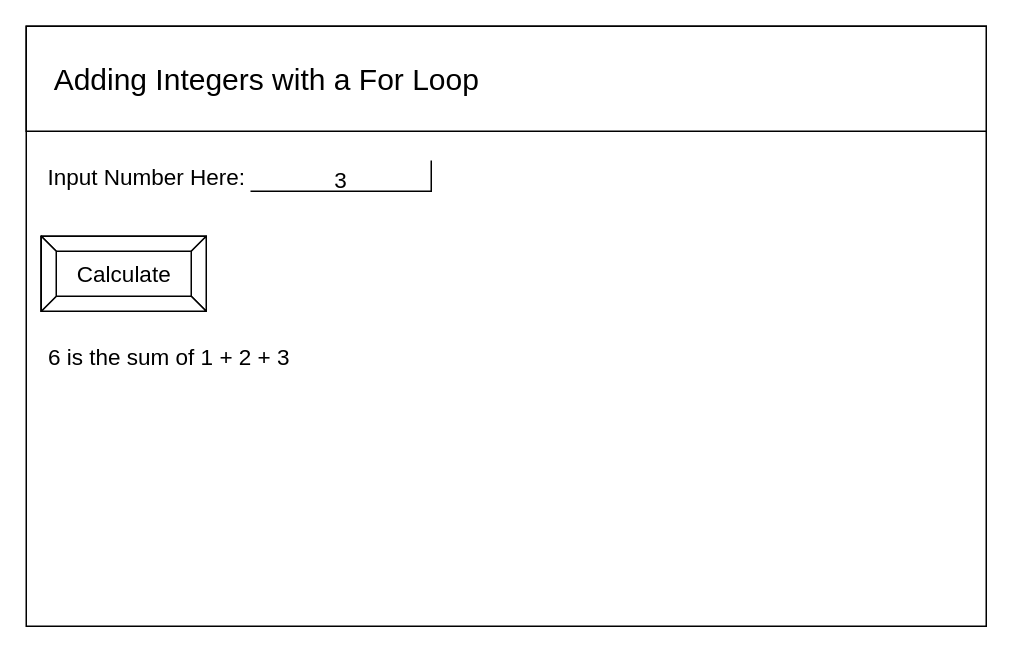
Before: design/storyboard.drawio in Brayden-Blank/ICS2O-Unit-5-07-HTML, a draw.io diagram. Source tidied: cells renumbered, new cells numbered last; positions are measured from the earlier drawing's top-left corner, leaving out a move shared by most shapes. Both pictures are drawn from the tidied source at 150%, with x=0, y=0 at pixel (26, 26).
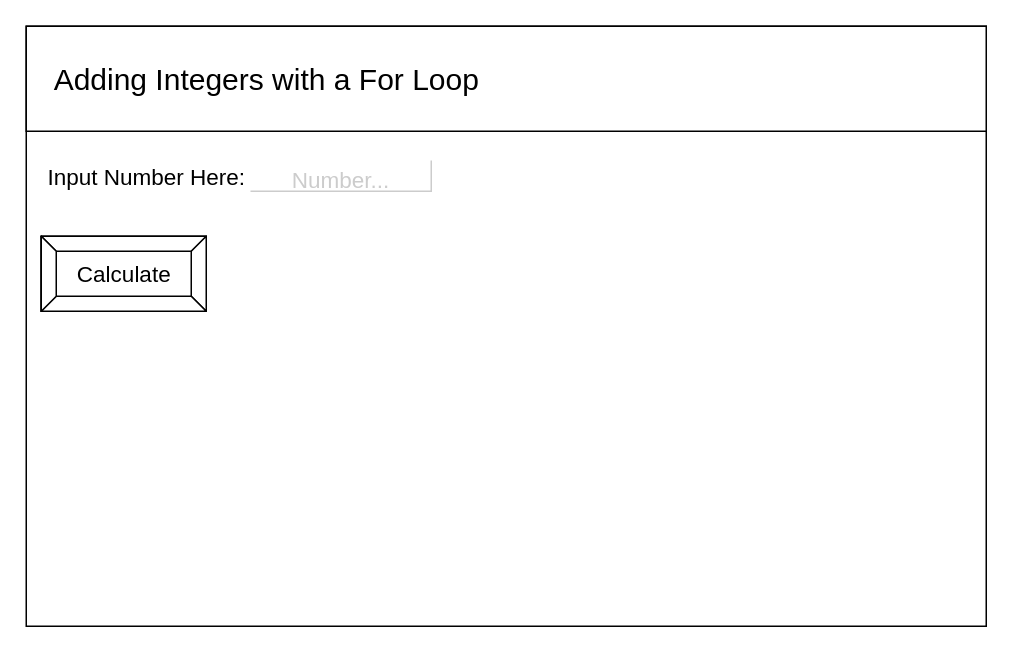
After the change.

Change to the diagram source:
```diff
@@
 <mxGraphModel>
   <root>
     <mxCell id="0" />
     <mxCell id="1" parent="0" />
     <mxCell id="2" style="verticalLabelPosition=bottom;verticalAlign=top;html=1;shape=mxgraph.basic.rect;fillColor2=none;strokeWidth=1;size=20;indent=5;" parent="1" vertex="1">
       <mxGeometry width="640" height="400" as="geometry" />
     </mxCell>
     <mxCell id="3" style="verticalLabelPosition=bottom;verticalAlign=top;html=1;shape=mxgraph.basic.rect;fillColor2=none;strokeWidth=1;size=20;indent=5;" parent="1" vertex="1">
       <mxGeometry width="640" height="70" as="geometry" />
     </mxCell>
-    <mxCell id="4" value="&lt;font style=&quot;font-size: 15px&quot;&gt;3&lt;/font&gt;" style="shape=partialRectangle;whiteSpace=wrap;html=1;top=0;left=0;fillColor=none;fontSize=20;" parent="1" vertex="1">
+    <mxCell id="4" value="&lt;font style=&quot;font-size: 15px&quot; color=&quot;#cccccc&quot;&gt;Number...&lt;/font&gt;" style="shape=partialRectangle;whiteSpace=wrap;html=1;top=0;left=0;fillColor=none;fontSize=20;strokeColor=#CCCCCC;" parent="1" vertex="1">
       <mxGeometry x="150" y="90" width="120" height="20" as="geometry" />
     </mxCell>
     <mxCell id="5" value="Input Number Here:" style="text;html=1;align=center;verticalAlign=middle;strokeColor=none;fillColor=none;fontSize=15;" parent="1" vertex="1">
       <mxGeometry x="10" y="90" width="140" height="20" as="geometry" />
     </mxCell>
     <mxCell id="6" value="&lt;font color=&quot;#000000&quot; style=&quot;font-size: 15px;&quot;&gt;Calculate&lt;/font&gt;" style="labelPosition=center;verticalLabelPosition=middle;align=center;html=1;shape=mxgraph.basic.button;dx=10;fontSize=15;fontColor=#CCCCCC;" parent="1" vertex="1">
       <mxGeometry x="10" y="140" width="110" height="50" as="geometry" />
     </mxCell>
     <mxCell id="7" value="&lt;font color=&quot;#000000&quot; style=&quot;font-size: 20px&quot;&gt;Adding Integers with a For Loop&lt;/font&gt;" style="text;html=1;align=center;verticalAlign=middle;strokeColor=none;fillColor=none;fontSize=15;fontColor=#B3B3B3;" parent="1" vertex="1">
       <mxGeometry x="10" y="20" width="300" height="30" as="geometry" />
     </mxCell>
-    <mxCell id="8" value="6 is the sum of 1 + 2 + 3" style="text;html=1;align=center;verticalAlign=middle;strokeColor=none;fillColor=none;fontSize=15;" parent="1" vertex="1">
-      <mxGeometry x="10" y="210" width="170" height="20" as="geometry" />
-    </mxCell>
   </root>
 </mxGraphModel>
```
